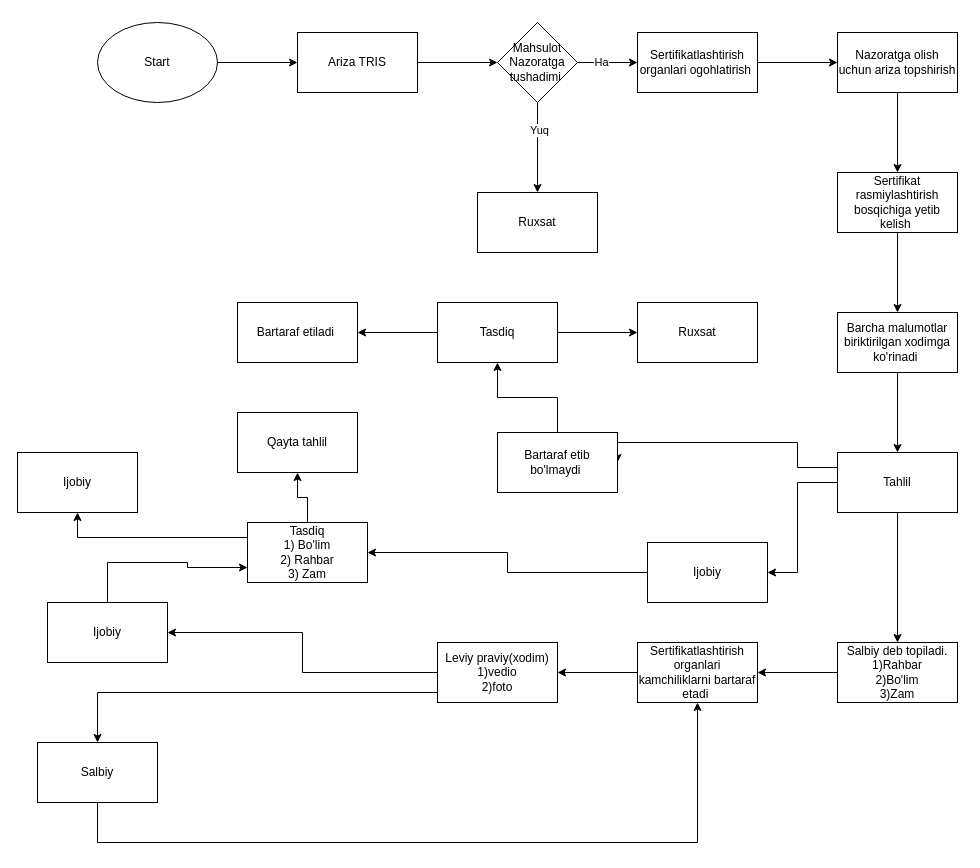
The draw.io diagram TRIS.drawio in Javlonbek-dev/70-School, before the edit. Source tidied: cells renumbered, new cells numbered last; positions are measured from the earlier drawing's top-left corner, leaving out a move shared by most shapes. Both pictures are drawn from the tidied source at 100%, with x=0, y=0 at pixel (17, 22).
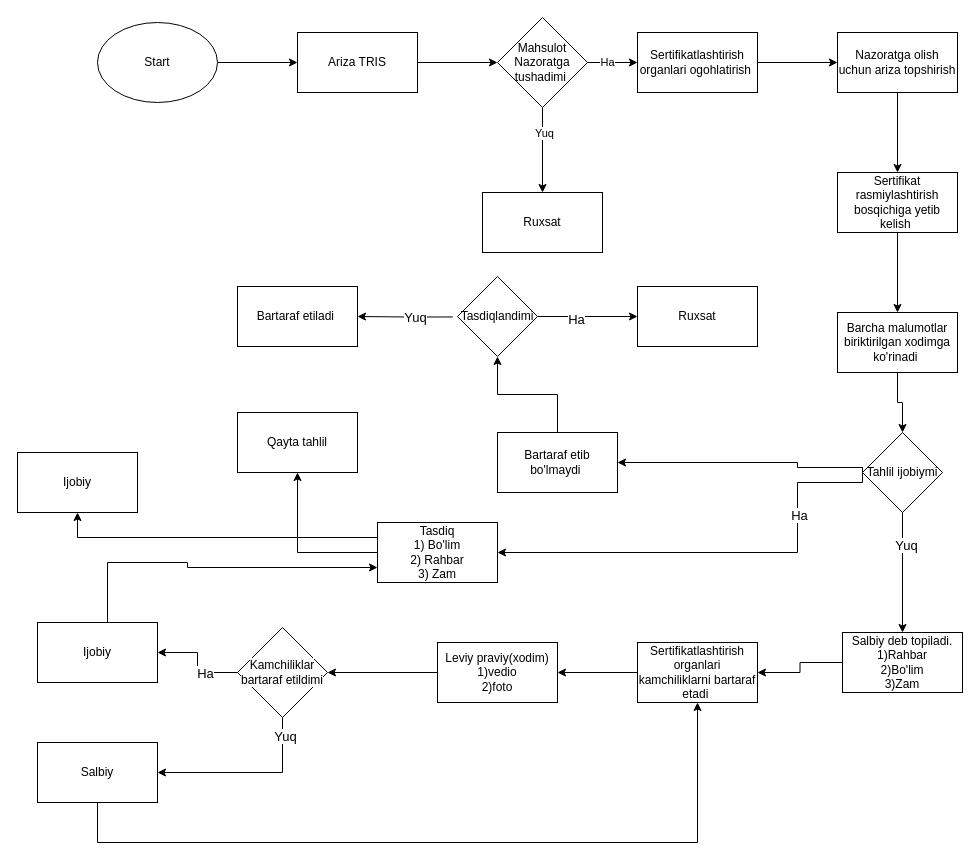
After the change.

The change refers to these unchanged cells:
```xml
<mxCell id="19" value="Barcha malumotlar biriktirilgan xodimga ko'rinadi&amp;nbsp;" style="whiteSpace=wrap;html=1;" parent="1" vertex="1">
  <mxGeometry x="820" y="290" width="120" height="60" as="geometry" />
</mxCell>
<mxCell id="29" value="Bartaraf etib bo'lmaydi&amp;nbsp;" style="rounded=0;whiteSpace=wrap;html=1;" parent="1" vertex="1">
  <mxGeometry x="480" y="410" width="120" height="60" as="geometry" />
</mxCell>
<mxCell id="42" value="Leviy praviy(xodim)&lt;div&gt;1)vedio&lt;/div&gt;&lt;div&gt;&lt;span style=&quot;background-color: transparent; color: light-dark(rgb(0, 0, 0), rgb(255, 255, 255));&quot;&gt;2)foto&lt;/span&gt;&lt;/div&gt;" style="whiteSpace=wrap;html=1;" parent="1" vertex="1">
  <mxGeometry x="420" y="620" width="120" height="60" as="geometry" />
</mxCell>
<mxCell id="43" value="Salbiy" style="whiteSpace=wrap;html=1;" parent="1" vertex="1">
  <mxGeometry x="20" y="720" width="120" height="60" as="geometry" />
</mxCell>
```

The edit, as a diff of the source:
```diff
@@
     <mxCell id="10" value="Mahsulot Nazoratga tushadimi&amp;nbsp;" style="rhombus;whiteSpace=wrap;html=1;" parent="1" vertex="1">
-      <mxGeometry x="480" width="80" height="80" as="geometry" />
+      <mxGeometry x="480" y="-5" width="90" height="90" as="geometry" />
     </mxCell>
     <mxCell id="11" value="Ruxsat" style="whiteSpace=wrap;html=1;" parent="1" vertex="1">
-      <mxGeometry x="460" y="170" width="120" height="60" as="geometry" />
+      <mxGeometry x="465" y="170" width="120" height="60" as="geometry" />
     </mxCell>
@@
-    <mxCell id="18" style="edgeStyle=orthogonalEdgeStyle;rounded=0;jettySize=auto;html=1;" parent="1" edge="1" source="19" target="23">
-      <mxGeometry relative="1" as="geometry" />
-    </mxCell>
+    <mxCell id="49" style="edgeStyle=orthogonalEdgeStyle;rounded=0;jettySize=auto;html=1;" parent="1" edge="1" source="19" target="56">
+      <mxGeometry relative="1" as="geometry" />
+    </mxCell>
@@
-    <mxCell id="20" style="edgeStyle=orthogonalEdgeStyle;rounded=0;jettySize=auto;html=1;" parent="1" edge="1" source="23" target="25">
-      <mxGeometry relative="1" as="geometry" />
-    </mxCell>
-    <mxCell id="21" style="edgeStyle=orthogonalEdgeStyle;rounded=0;jettySize=auto;html=1;" parent="1" edge="1" source="23" target="27">
+    <mxCell id="21" style="edgeStyle=orthogonalEdgeStyle;rounded=0;jettySize=auto;html=1;exitX=0;exitY=0.5;exitDx=0;exitDy=0;entryX=1;entryY=0.5;entryDx=0;entryDy=0;" parent="1" edge="1" source="56" target="37">
       <mxGeometry relative="1" as="geometry">
         <Array as="points">
+          <mxPoint x="845" y="460" />
           <mxPoint x="780" y="460" />
-          <mxPoint x="780" y="550" />
+          <mxPoint x="780" y="530" />
         </Array>
       </mxGeometry>
     </mxCell>
+    <mxCell id="50" value="Ha" style="edgeLabel;html=1;align=center;verticalAlign=middle;fontSize=13;" parent="21" vertex="1">
+      <mxGeometry x="-0.52" y="1" relative="1" as="geometry" />
+    </mxCell>
-    <mxCell id="22" style="edgeStyle=orthogonalEdgeStyle;rounded=0;jettySize=auto;html=1;exitX=0;exitY=0.25;exitDx=0;exitDy=0;entryX=1;entryY=0.5;entryDx=0;entryDy=0;" parent="1" edge="1" source="23" target="29">
+    <mxCell id="22" style="edgeStyle=orthogonalEdgeStyle;rounded=0;jettySize=auto;html=1;exitX=0;exitY=0.5;exitDx=0;exitDy=0;entryX=1;entryY=0.5;entryDx=0;entryDy=0;" parent="1" edge="1" source="56" target="29">
       <mxGeometry relative="1" as="geometry">
         <Array as="points">
+          <mxPoint x="845" y="445" />
           <mxPoint x="780" y="445" />
-          <mxPoint x="780" y="420" />
+          <mxPoint x="780" y="440" />
         </Array>
       </mxGeometry>
     </mxCell>
-    <mxCell id="23" value="Tahlil" style="whiteSpace=wrap;html=1;" parent="1" vertex="1">
-      <mxGeometry x="820" y="430" width="120" height="60" as="geometry" />
-    </mxCell>
@@
     <mxCell id="25" value="Salbiy deb topiladi.&lt;div&gt;1)Rahbar&lt;/div&gt;&lt;div&gt;2)Bo'lim&lt;/div&gt;&lt;div&gt;&lt;span style=&quot;background-color: transparent; color: light-dark(rgb(0, 0, 0), rgb(255, 255, 255));&quot;&gt;3)Zam&lt;/span&gt;&lt;/div&gt;" style="whiteSpace=wrap;html=1;" parent="1" vertex="1">
-      <mxGeometry x="820" y="620" width="120" height="60" as="geometry" />
+      <mxGeometry x="825" y="610" width="120" height="60" as="geometry" />
     </mxCell>
-    <mxCell id="26" style="edgeStyle=orthogonalEdgeStyle;rounded=0;jettySize=auto;html=1;" parent="1" edge="1" source="27" target="37">
-      <mxGeometry relative="1" as="geometry" />
-    </mxCell>
-    <mxCell id="27" value="Ijobiy" style="whiteSpace=wrap;html=1;" parent="1" vertex="1">
-      <mxGeometry x="630" y="520" width="120" height="60" as="geometry" />
-    </mxCell>
-    <mxCell id="28" style="edgeStyle=orthogonalEdgeStyle;rounded=0;jettySize=auto;html=1;" parent="1" edge="1" source="29" target="32">
+    <mxCell id="28" style="edgeStyle=orthogonalEdgeStyle;rounded=0;jettySize=auto;html=1;entryX=0.5;entryY=1;entryDx=0;entryDy=0;" parent="1" edge="1" source="29" target="62">
       <mxGeometry relative="1" as="geometry" />
     </mxCell>
@@
-    <mxCell id="30" style="edgeStyle=orthogonalEdgeStyle;rounded=0;jettySize=auto;html=1;" parent="1" edge="1" source="32" target="33">
+    <mxCell id="30" style="edgeStyle=orthogonalEdgeStyle;rounded=0;jettySize=auto;html=1;exitX=1;exitY=0.5;exitDx=0;exitDy=0;" parent="1" edge="1" source="62" target="33">
       <mxGeometry relative="1" as="geometry" />
     </mxCell>
+    <mxCell id="51" value="Ha" style="edgeLabel;html=1;align=center;verticalAlign=middle;fontSize=13;" parent="30" vertex="1">
+      <mxGeometry x="-0.24" y="-2" relative="1" as="geometry" />
+    </mxCell>
-    <mxCell id="31" style="edgeStyle=orthogonalEdgeStyle;rounded=0;jettySize=auto;html=1;" parent="1" edge="1" source="32" target="34">
+    <mxCell id="31" style="edgeStyle=orthogonalEdgeStyle;rounded=0;jettySize=auto;html=1;exitX=-0.058;exitY=0.506;exitDx=0;exitDy=0;exitPerimeter=0;" parent="1" edge="1" source="62" target="34">
       <mxGeometry relative="1" as="geometry" />
     </mxCell>
-    <mxCell id="32" value="Tasdiq" style="whiteSpace=wrap;html=1;rounded=0;" parent="1" vertex="1">
-      <mxGeometry x="420" y="280" width="120" height="60" as="geometry" />
-    </mxCell>
+    <mxCell id="52" value="Yuq" style="edgeLabel;html=1;align=center;verticalAlign=middle;fontSize=13;" parent="31" vertex="1">
+      <mxGeometry x="-0.2" relative="1" as="geometry" />
+    </mxCell>
     <mxCell id="33" value="Ruxsat" style="whiteSpace=wrap;html=1;rounded=0;" parent="1" vertex="1">
-      <mxGeometry x="620" y="280" width="120" height="60" as="geometry" />
+      <mxGeometry x="620" y="264" width="120" height="60" as="geometry" />
     </mxCell>
     <mxCell id="34" value="Bartaraf etiladi&amp;nbsp;" style="whiteSpace=wrap;html=1;rounded=0;" parent="1" vertex="1">
-      <mxGeometry x="220" y="280" width="120" height="60" as="geometry" />
+      <mxGeometry x="220" y="264" width="120" height="60" as="geometry" />
     </mxCell>
@@
     <mxCell id="37" value="Tasdiq&lt;div&gt;1) Bo'lim&lt;/div&gt;&lt;div&gt;2) Rahbar&lt;/div&gt;&lt;div&gt;3) Zam&lt;/div&gt;" style="whiteSpace=wrap;html=1;" parent="1" vertex="1">
-      <mxGeometry x="230" y="500" width="120" height="60" as="geometry" />
+      <mxGeometry x="360" y="500" width="120" height="60" as="geometry" />
     </mxCell>
@@
-    <mxCell id="40" style="edgeStyle=orthogonalEdgeStyle;rounded=0;jettySize=auto;html=1;" parent="1" edge="1" source="42" target="43">
-      <mxGeometry relative="1" as="geometry">
-        <Array as="points">
-          <mxPoint x="80" y="670" />
-        </Array>
-      </mxGeometry>
-    </mxCell>
-    <mxCell id="41" style="edgeStyle=orthogonalEdgeStyle;rounded=0;jettySize=auto;html=1;entryX=1;entryY=0.5;entryDx=0;entryDy=0;" parent="1" edge="1" source="42" target="46">
-      <mxGeometry relative="1" as="geometry" />
-    </mxCell>
+    <mxCell id="53" style="edgeStyle=orthogonalEdgeStyle;rounded=0;jettySize=auto;html=1;" parent="1" edge="1" source="42" target="61">
+      <mxGeometry relative="1" as="geometry" />
+    </mxCell>
@@
     <mxCell id="46" value="Ijobiy" style="rounded=0;whiteSpace=wrap;html=1;" parent="1" vertex="1">
-      <mxGeometry x="30" y="580" width="120" height="60" as="geometry" />
+      <mxGeometry x="20" y="600" width="120" height="60" as="geometry" />
     </mxCell>
@@
+    <mxCell id="54" style="edgeStyle=orthogonalEdgeStyle;rounded=0;jettySize=auto;html=1;entryX=0.5;entryY=0;entryDx=0;entryDy=0;" parent="1" edge="1" source="56" target="25">
+      <mxGeometry relative="1" as="geometry" />
+    </mxCell>
+    <mxCell id="55" value="Yuq" style="edgeLabel;html=1;align=center;verticalAlign=middle;fontSize=13;" parent="54" vertex="1">
+      <mxGeometry x="-0.47" y="3" relative="1" as="geometry" />
+    </mxCell>
+    <mxCell id="56" value="Tahlil ijobiymi" style="rhombus;whiteSpace=wrap;html=1;" parent="1" vertex="1">
+      <mxGeometry x="845" y="410" width="80" height="80" as="geometry" />
+    </mxCell>
+    <mxCell id="57" style="edgeStyle=orthogonalEdgeStyle;rounded=0;jettySize=auto;html=1;entryX=1;entryY=0.5;entryDx=0;entryDy=0;" parent="1" edge="1" source="61" target="43">
+      <mxGeometry relative="1" as="geometry">
+        <Array as="points">
+          <mxPoint x="265" y="750" />
+        </Array>
+      </mxGeometry>
+    </mxCell>
+    <mxCell id="58" value="Yuq" style="edgeLabel;html=1;align=center;verticalAlign=middle;fontSize=13;" parent="57" vertex="1">
+      <mxGeometry x="-0.8" y="2" relative="1" as="geometry" />
+    </mxCell>
+    <mxCell id="59" style="edgeStyle=orthogonalEdgeStyle;rounded=0;jettySize=auto;html=1;entryX=1;entryY=0.5;entryDx=0;entryDy=0;" parent="1" edge="1" source="61" target="46">
+      <mxGeometry relative="1" as="geometry" />
+    </mxCell>
+    <mxCell id="60" value="Ha" style="edgeLabel;html=1;align=center;verticalAlign=middle;fontSize=13;" parent="59" vertex="1">
+      <mxGeometry x="-0.34" relative="1" as="geometry" />
+    </mxCell>
+    <mxCell id="61" value="&lt;span style=&quot;color: rgb(0, 0, 0); font-family: Helvetica; font-size: 12px; font-style: normal; font-variant-ligatures: normal; font-variant-caps: normal; font-weight: 400; letter-spacing: normal; orphans: 2; text-align: center; text-indent: 0px; text-transform: none; widows: 2; word-spacing: 0px; -webkit-text-stroke-width: 0px; white-space: normal; background-color: rgb(251, 251, 251); text-decoration-thickness: initial; text-decoration-style: initial; text-decoration-color: initial; display: inline !important; float: none;&quot;&gt;Kamchiliklar bartaraf etildimi&lt;/span&gt;" style="rhombus;whiteSpace=wrap;html=1;" parent="1" vertex="1">
+      <mxGeometry x="220" y="605" width="90" height="90" as="geometry" />
+    </mxCell>
+    <mxCell id="62" value="Tasdiqlandimi" style="rhombus;whiteSpace=wrap;html=1;" parent="1" vertex="1">
+      <mxGeometry x="440" y="254" width="80" height="80" as="geometry" />
+    </mxCell>
```
